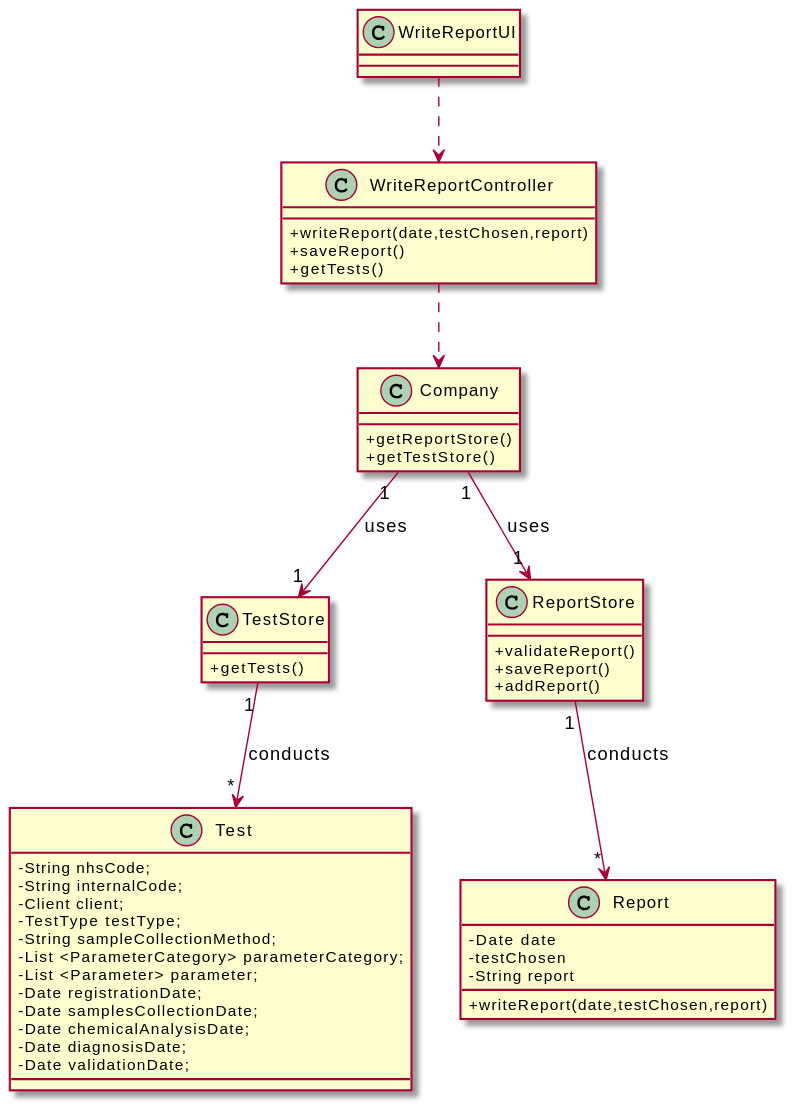
RuiRioPina/LAPR2-20-21 keeps this PlantUML diagram as docs/SprintC/US_14/ImagesUsed/US14_CD.svg. Above is the earlier version.
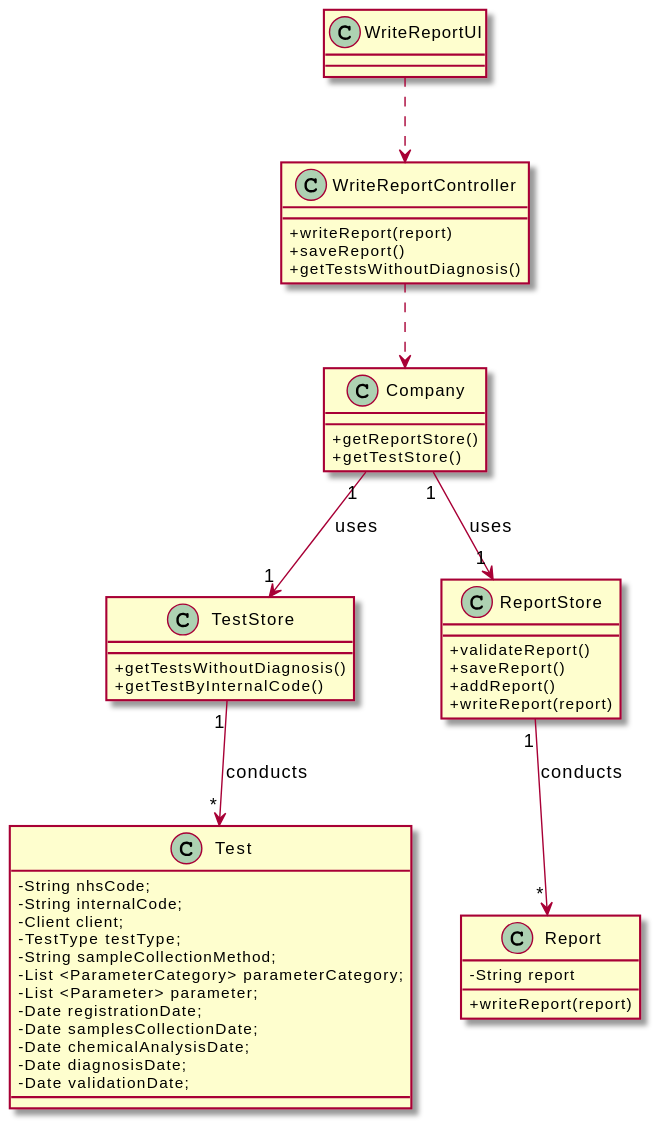
After the change.

Change to the diagram source:
```diff
@@ -5,9 +5,9 @@
 }
 
 class WriteReportController {
-  +writeReport(date,testChosen,report)
+  +writeReport(report)
   +saveReport()
-  +getTests()
+  +getTestsWithoutDiagnosis()
 }
 
 class Company
@@ -17,7 +17,8 @@
 }
 
 class TestStore{
-  +getTests()
+  +getTestsWithoutDiagnosis()
+  +getTestByInternalCode()
 }
 
 class Test{
@@ -37,16 +38,15 @@
 
 
 class Report {
-  -Date date
-  -testChosen
   -String report
-  +writeReport(date,testChosen,report)
+  +writeReport(report)
 }
 
 class ReportStore{
   +validateReport()
   +saveReport()
   +addReport()
+  +writeReport(report)
 }
 
 WriteReportUI ..> WriteReportController
```
